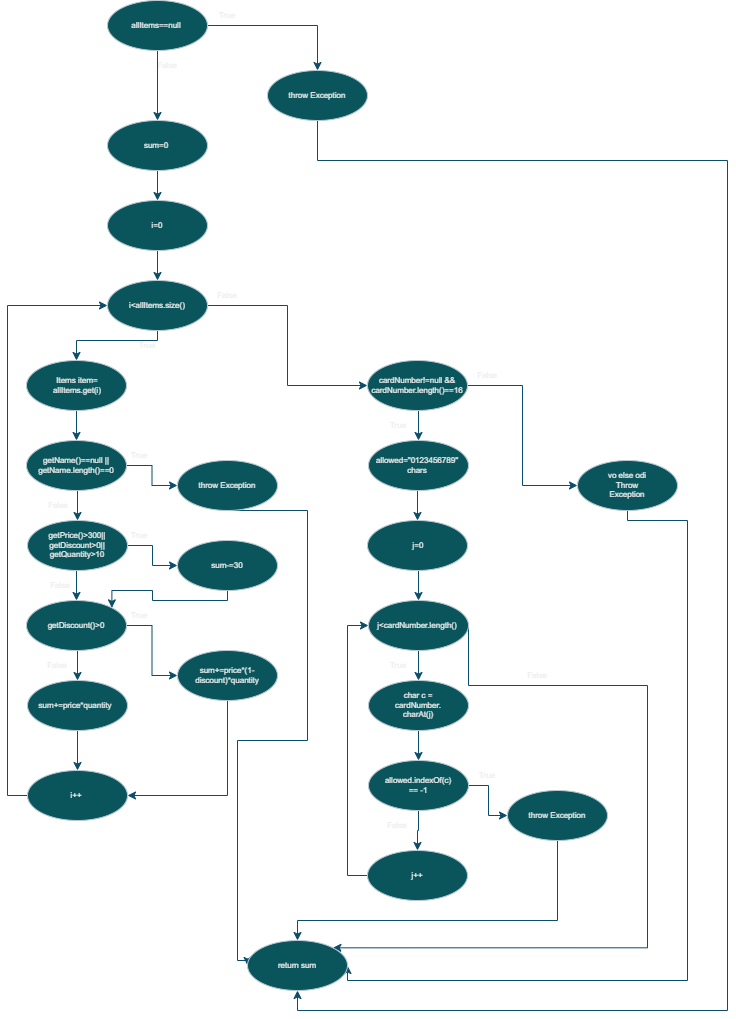
evgenijagrujevska/SI_2025_lab2_236016 keeps this draw.io diagram as cfg/cfg.png. Above is the earlier version. Source tidied: cells renumbered, new cells last; positions are measured from the earlier drawing's top-left corner, leaving out a move shared by most shapes.
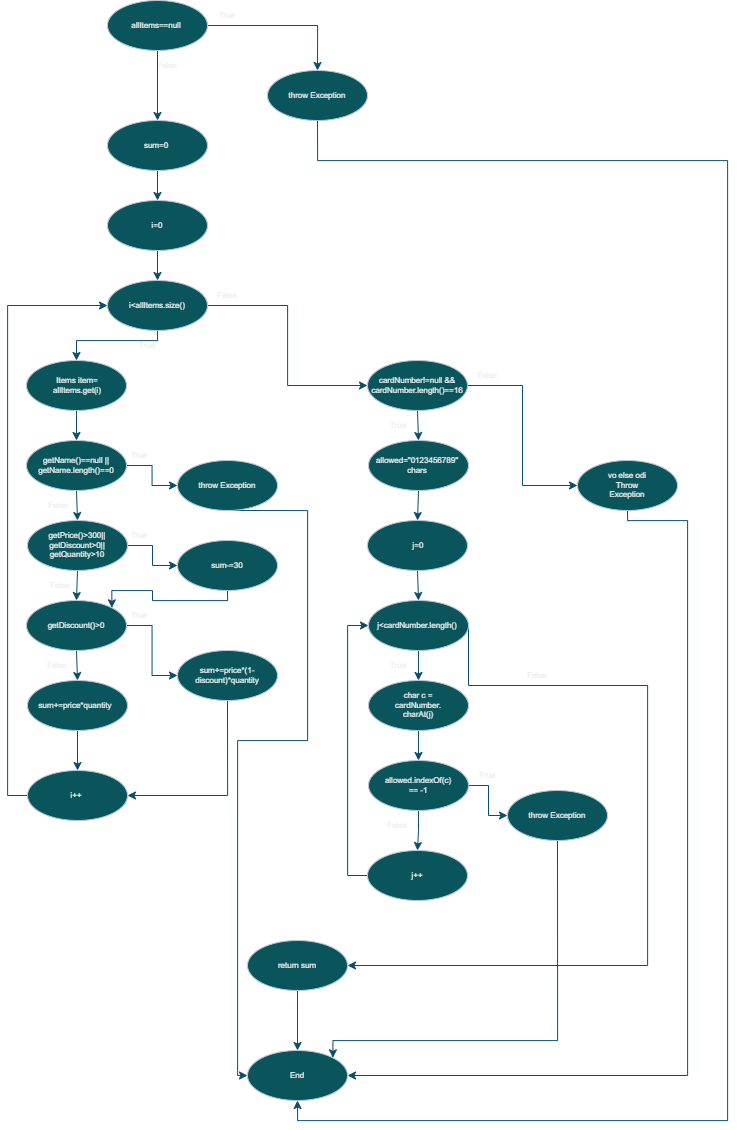
The same file after the commit.

Diff of the diagram source:
```diff
@@ -20,13 +20,13 @@
     <mxCell id="7" style="ellipse;whiteSpace=wrap;html=1;labelBackgroundColor=none;rounded=0;fillColor=#09555B;strokeColor=#BAC8D3;fontColor=#EEEEEE;" parent="1" vertex="1">
       <mxGeometry x="81" y="200" width="100" height="50" as="geometry" />
     </mxCell>
-    <mxCell id="8" style="edgeStyle=orthogonalEdgeStyle;rounded=0;jettySize=auto;html=1;exitX=0.5;exitY=1;exitDx=0;exitDy=0;entryX=0.5;entryY=1;entryDx=0;entryDy=0;labelBackgroundColor=none;strokeColor=#0B4D6A;fontColor=default;" parent="1" edge="1" source="9" target="76">
+    <mxCell id="8" style="edgeStyle=orthogonalEdgeStyle;rounded=0;jettySize=auto;html=1;exitX=0.5;exitY=1;exitDx=0;exitDy=0;entryX=0.5;entryY=1;entryDx=0;entryDy=0;labelBackgroundColor=none;strokeColor=#0B4D6A;fontColor=default;" parent="1" edge="1" source="9" target="98">
       <mxGeometry relative="1" as="geometry">
         <Array as="points">
           <mxPoint x="291" y="160" />
           <mxPoint x="701" y="160" />
-          <mxPoint x="701" y="1010" />
-          <mxPoint x="271" y="1010" />
+          <mxPoint x="701" y="1120" />
+          <mxPoint x="271" y="1120" />
         </Array>
       </mxGeometry>
     </mxCell>
@@ -77,14 +77,13 @@
     <mxCell id="22" value="getName()==null || getName.length()==0" style="text;html=1;align=center;verticalAlign=middle;whiteSpace=wrap;rounded=0;fontSize=8;labelBackgroundColor=none;fontColor=#EEEEEE;" parent="1" vertex="1">
       <mxGeometry x="21" y="450" width="58" height="30" as="geometry" />
     </mxCell>
-    <mxCell id="23" style="edgeStyle=orthogonalEdgeStyle;rounded=0;jettySize=auto;html=1;exitX=0.5;exitY=1;exitDx=0;exitDy=0;entryX=0;entryY=0.5;entryDx=0;entryDy=0;strokeColor=#0B4D6A;labelBackgroundColor=none;fontColor=default;" parent="1" edge="1" source="24" target="76">
+    <mxCell id="23" style="edgeStyle=orthogonalEdgeStyle;rounded=0;jettySize=auto;html=1;exitX=0.5;exitY=1;exitDx=0;exitDy=0;entryX=0;entryY=0.5;entryDx=0;entryDy=0;strokeColor=#0B4D6A;labelBackgroundColor=none;fontColor=default;" parent="1" edge="1" source="24" target="98">
       <mxGeometry relative="1" as="geometry">
         <Array as="points">
           <mxPoint x="281" y="510" />
           <mxPoint x="281" y="740" />
           <mxPoint x="211" y="740" />
-          <mxPoint x="211" y="960" />
-          <mxPoint x="221" y="960" />
+          <mxPoint x="211" y="1075" />
         </Array>
       </mxGeometry>
     </mxCell>
@@ -173,13 +172,12 @@
     <mxCell id="49" value="cardNumber!=null &amp;amp;&amp;amp; cardNumber.length()==16" style="text;html=1;align=center;verticalAlign=middle;whiteSpace=wrap;rounded=0;fontSize=8;labelBackgroundColor=none;fontColor=#EEEEEE;" parent="1" vertex="1">
       <mxGeometry x="361" y="370" width="60" height="30" as="geometry" />
     </mxCell>
-    <mxCell id="50" style="edgeStyle=orthogonalEdgeStyle;rounded=0;jettySize=auto;html=1;exitX=0.5;exitY=1;exitDx=0;exitDy=0;entryX=1;entryY=0.5;entryDx=0;entryDy=0;labelBackgroundColor=none;fontColor=default;strokeColor=#0B4D6A;" parent="1" edge="1" source="51" target="76">
+    <mxCell id="50" style="edgeStyle=orthogonalEdgeStyle;rounded=0;jettySize=auto;html=1;exitX=0.5;exitY=1;exitDx=0;exitDy=0;entryX=1;entryY=0.5;entryDx=0;entryDy=0;labelBackgroundColor=none;fontColor=default;strokeColor=#0B4D6A;" parent="1" edge="1" source="51" target="98">
       <mxGeometry relative="1" as="geometry">
         <Array as="points">
           <mxPoint x="601" y="520" />
           <mxPoint x="661" y="520" />
-          <mxPoint x="661" y="980" />
-          <mxPoint x="321" y="980" />
+          <mxPoint x="661" y="1075" />
         </Array>
       </mxGeometry>
     </mxCell>
@@ -210,12 +208,12 @@
     <mxCell id="59" style="edgeStyle=orthogonalEdgeStyle;rounded=0;jettySize=auto;html=1;exitX=0.5;exitY=1;exitDx=0;exitDy=0;entryX=0.5;entryY=0;entryDx=0;entryDy=0;labelBackgroundColor=none;fontColor=default;strokeColor=#0B4D6A;" parent="1" edge="1" source="61" target="64">
       <mxGeometry relative="1" as="geometry" />
     </mxCell>
-    <mxCell id="60" style="edgeStyle=orthogonalEdgeStyle;rounded=0;jettySize=auto;html=1;exitX=1;exitY=0.5;exitDx=0;exitDy=0;entryX=1;entryY=0;entryDx=0;entryDy=0;labelBackgroundColor=none;fontColor=default;strokeColor=#0B4D6A;" parent="1" edge="1" source="61" target="76">
+    <mxCell id="60" style="edgeStyle=orthogonalEdgeStyle;rounded=0;jettySize=auto;html=1;exitX=1;exitY=0.5;exitDx=0;exitDy=0;entryX=1;entryY=0.5;entryDx=0;entryDy=0;labelBackgroundColor=none;fontColor=default;strokeColor=#0B4D6A;" parent="1" edge="1" source="61" target="76">
       <mxGeometry relative="1" as="geometry">
         <Array as="points">
           <mxPoint x="442" y="685" />
           <mxPoint x="621" y="685" />
-          <mxPoint x="621" y="947" />
+          <mxPoint x="621" y="965" />
         </Array>
       </mxGeometry>
     </mxCell>
@@ -238,7 +236,12 @@
       <mxGeometry relative="1" as="geometry" />
     </mxCell>
     <mxCell id="67" style="edgeStyle=orthogonalEdgeStyle;rounded=0;jettySize=auto;html=1;exitX=0.5;exitY=1;exitDx=0;exitDy=0;entryX=0.5;entryY=0;entryDx=0;entryDy=0;labelBackgroundColor=none;fontColor=default;strokeColor=#0B4D6A;" parent="1" edge="1" source="68" target="74">
-      <mxGeometry relative="1" as="geometry" />
+      <mxGeometry relative="1" as="geometry">
+        <Array as="points">
+          <mxPoint x="392" y="830" />
+          <mxPoint x="391" y="830" />
+        </Array>
+      </mxGeometry>
     </mxCell>
     <mxCell id="68" style="ellipse;whiteSpace=wrap;html=1;labelBackgroundColor=none;rounded=0;fillColor=#09555B;strokeColor=#BAC8D3;fontColor=#EEEEEE;" parent="1" vertex="1">
       <mxGeometry x="342" y="760" width="100" height="50" as="geometry" />
@@ -246,11 +249,11 @@
     <mxCell id="69" value="allowed.indexOf(c) == -1" style="text;html=1;align=center;verticalAlign=middle;whiteSpace=wrap;rounded=0;fontSize=8;labelBackgroundColor=none;fontColor=#EEEEEE;" parent="1" vertex="1">
       <mxGeometry x="362" y="770" width="60" height="30" as="geometry" />
     </mxCell>
-    <mxCell id="70" style="edgeStyle=orthogonalEdgeStyle;rounded=0;jettySize=auto;html=1;exitX=0.5;exitY=1;exitDx=0;exitDy=0;entryX=0.5;entryY=0;entryDx=0;entryDy=0;labelBackgroundColor=none;fontColor=default;strokeColor=#0B4D6A;" parent="1" edge="1" source="71" target="76">
+    <mxCell id="70" style="edgeStyle=orthogonalEdgeStyle;rounded=0;jettySize=auto;html=1;exitX=0.5;exitY=1;exitDx=0;exitDy=0;entryX=1;entryY=0;entryDx=0;entryDy=0;labelBackgroundColor=none;fontColor=default;strokeColor=#0B4D6A;" parent="1" edge="1" source="71" target="98">
       <mxGeometry relative="1" as="geometry">
         <Array as="points">
-          <mxPoint x="531" y="920" />
-          <mxPoint x="271" y="920" />
+          <mxPoint x="531" y="1040" />
+          <mxPoint x="306" y="1040" />
         </Array>
       </mxGeometry>
     </mxCell>
@@ -269,6 +272,9 @@
     <mxCell id="75" value="j++" style="text;html=1;align=center;verticalAlign=middle;whiteSpace=wrap;rounded=0;fontSize=8;labelBackgroundColor=none;fontColor=#EEEEEE;" parent="1" vertex="1">
       <mxGeometry x="361" y="860" width="60" height="30" as="geometry" />
     </mxCell>
+    <mxCell id="97" style="edgeStyle=orthogonalEdgeStyle;rounded=0;jettySize=auto;html=1;exitX=0.5;exitY=1;exitDx=0;exitDy=0;entryX=0.5;entryY=0;entryDx=0;entryDy=0;labelBackgroundColor=none;strokeColor=#0B4D6A;fontColor=default;" parent="1" edge="1" source="76" target="98">
+      <mxGeometry relative="1" as="geometry" />
+    </mxCell>
     <mxCell id="76" style="ellipse;whiteSpace=wrap;html=1;labelBackgroundColor=none;rounded=0;fillColor=#09555B;strokeColor=#BAC8D3;fontColor=#EEEEEE;" parent="1" vertex="1">
       <mxGeometry x="221" y="940" width="100" height="50" as="geometry" />
     </mxCell>
@@ -332,5 +338,11 @@
     <mxCell id="96" value="allItems==null" style="text;html=1;align=center;verticalAlign=middle;whiteSpace=wrap;rounded=0;fontSize=8;labelBackgroundColor=none;fontColor=#EEEEEE;" parent="1" vertex="1">
       <mxGeometry x="100" y="10" width="60" height="30" as="geometry" />
     </mxCell>
+    <mxCell id="98" style="ellipse;whiteSpace=wrap;html=1;labelBackgroundColor=none;rounded=0;fillColor=#09555B;strokeColor=#BAC8D3;fontColor=#EEEEEE;" parent="1" vertex="1">
+      <mxGeometry x="221" y="1050" width="100" height="50" as="geometry" />
+    </mxCell>
+    <mxCell id="99" value="End" style="text;html=1;align=center;verticalAlign=middle;whiteSpace=wrap;rounded=0;fontSize=8;labelBackgroundColor=none;fontColor=#EEEEEE;" parent="1" vertex="1">
+      <mxGeometry x="241" y="1060" width="60" height="30" as="geometry" />
+    </mxCell>
   </root>
 </mxGraphModel>
```
